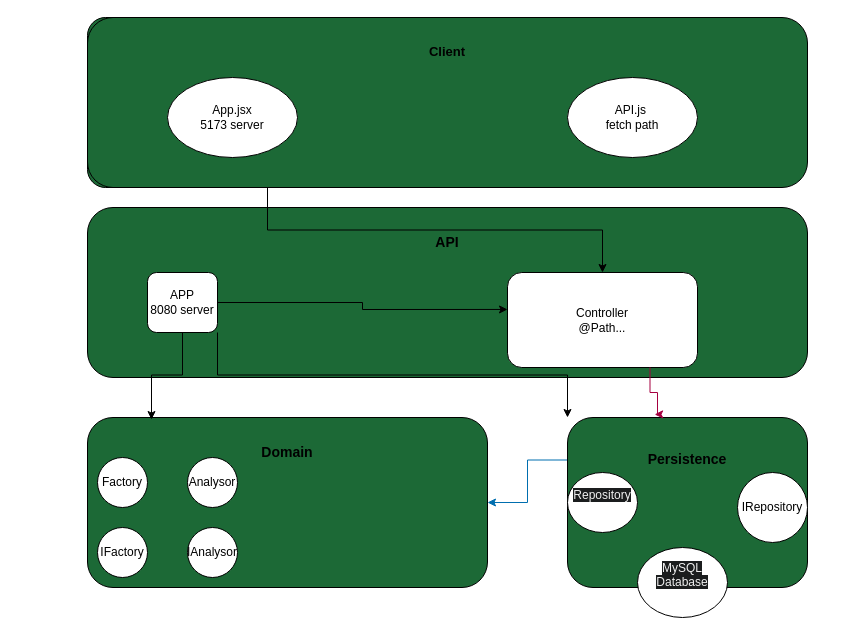
This is Tekeningen/architectureDraw.drawio from WesleyMols/IPsportdata, a draw.io file, before an edit. Source tidied: cells renumbered, new cells numbered last; positions are measured from the earlier drawing's top-left corner, leaving out a move shared by most shapes. Both pictures are drawn from the tidied source at 100%, with x=0, y=0 at pixel (87, 17).
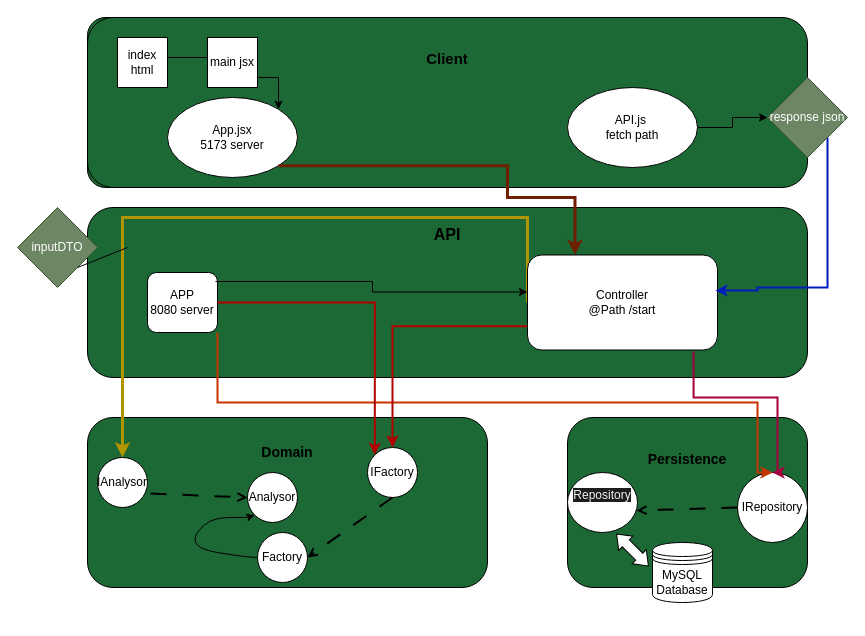
The same diagram, later.

Commit message (it also covers changes not shown here):
add username to start page (from input)

Unchanged cells that the change refers to:
```xml
<mxCell id="5" value="&lt;b&gt;&lt;font style=&quot;font-size: 14px;&quot;&gt;Persistence&lt;/font&gt;&lt;/b&gt;&lt;br&gt;&lt;br&gt;&lt;br&gt;&lt;br&gt;&lt;br&gt;&lt;br&gt;&lt;br&gt;" style="rounded=1;whiteSpace=wrap;html=1;fillColor=#1C6936;align=center;" parent="1" vertex="1">
  <mxGeometry x="480" y="400" width="240" height="170" as="geometry" />
</mxCell>
<mxCell id="7" value="&lt;b&gt;&lt;font style=&quot;font-size: 14px;&quot;&gt;Domain&lt;br&gt;&lt;br&gt;&lt;br&gt;&lt;br&gt;&lt;br&gt;&lt;br&gt;&lt;br&gt;&lt;/font&gt;&lt;/b&gt;" style="rounded=1;whiteSpace=wrap;html=1;fillColor=#1C6936;align=center;labelPosition=center;verticalLabelPosition=middle;verticalAlign=middle;" parent="1" vertex="1">
  <mxGeometry y="400" width="400" height="170" as="geometry" />
</mxCell>
<mxCell id="8" value="&#10;&lt;span style=&quot;color: rgb(240, 240, 240); font-family: Helvetica; font-size: 12px; font-style: normal; font-variant-ligatures: normal; font-variant-caps: normal; font-weight: 400; letter-spacing: normal; orphans: 2; text-align: center; text-indent: 0px; text-transform: none; widows: 2; word-spacing: 0px; -webkit-text-stroke-width: 0px; background-color: rgb(27, 29, 30); text-decoration-thickness: initial; text-decoration-style: initial; text-decoration-color: initial; float: none; display: inline !important;&quot;&gt;Repository&lt;/span&gt;&#10;&#10;" style="ellipse;whiteSpace=wrap;html=1;" parent="1" vertex="1">
  <mxGeometry x="480" y="455" width="70" height="60" as="geometry" />
</mxCell>
<mxCell id="10" value="IRepository" style="ellipse;whiteSpace=wrap;html=1;" parent="1" vertex="1">
  <mxGeometry x="650" y="455" width="70" height="70" as="geometry" />
</mxCell>
<mxCell id="16" value="APP&lt;br&gt;8080 server" style="rounded=1;whiteSpace=wrap;html=1;" parent="1" vertex="1">
  <mxGeometry x="60" y="255" width="70" height="60" as="geometry" />
</mxCell>
```

Diff of the diagram source:
```diff
@@
+    <mxCell id="6" value="&lt;b&gt;&lt;font style=&quot;font-size: 16px;&quot;&gt;API&lt;/font&gt;&lt;/b&gt;&lt;br&gt;&lt;br&gt;&lt;br&gt;&lt;br&gt;&lt;br&gt;&lt;br&gt;&lt;br&gt;&lt;br&gt;&lt;br&gt;" style="rounded=1;whiteSpace=wrap;html=1;fillColor=#1C6936;align=center;" parent="1" vertex="1">
+      <mxGeometry y="190" width="720" height="170" as="geometry" />
+    </mxCell>
-    <mxCell id="3" value="&lt;b&gt;&lt;font style=&quot;font-size: 13px;&quot;&gt;Client&lt;/font&gt;&lt;/b&gt;&lt;br&gt;&lt;br&gt;&lt;br&gt;&lt;br&gt;&lt;br&gt;&lt;br&gt;&lt;br&gt;&lt;br&gt;" style="rounded=1;whiteSpace=wrap;html=1;fillColor=#1C6936;align=center;" parent="1" vertex="1">
+    <mxCell id="3" value="&lt;b&gt;&lt;font style=&quot;font-size: 15px;&quot;&gt;Client&lt;/font&gt;&lt;/b&gt;&lt;br&gt;&lt;br&gt;&lt;br&gt;&lt;br&gt;&lt;br&gt;&lt;br&gt;&lt;br&gt;" style="rounded=1;whiteSpace=wrap;html=1;fillColor=#1C6936;align=center;" parent="1" vertex="1">
       <mxGeometry width="720" height="170" as="geometry" />
     </mxCell>
-    <mxCell id="4" style="edgeStyle=orthogonalEdgeStyle;rounded=0;jettySize=auto;html=1;exitX=0;exitY=0.25;exitDx=0;exitDy=0;fillColor=#1ba1e2;strokeColor=#006EAF;" parent="1" edge="1" source="5" target="7">
-      <mxGeometry relative="1" as="geometry" />
-    </mxCell>
@@
-    <mxCell id="6" value="&lt;b&gt;&lt;font style=&quot;font-size: 14px;&quot;&gt;API&lt;/font&gt;&lt;/b&gt;&lt;br&gt;&lt;br&gt;&lt;br&gt;&lt;br&gt;&lt;br&gt;&lt;br&gt;&lt;br&gt;&lt;br&gt;" style="rounded=1;whiteSpace=wrap;html=1;fillColor=#1C6936;align=center;" parent="1" vertex="1">
-      <mxGeometry y="190" width="720" height="170" as="geometry" />
-    </mxCell>
@@
-    <mxCell id="9" value="&#10;&lt;span style=&quot;color: rgb(240, 240, 240); font-family: Helvetica; font-size: 12px; font-style: normal; font-variant-ligatures: normal; font-variant-caps: normal; font-weight: 400; letter-spacing: normal; orphans: 2; text-align: center; text-indent: 0px; text-transform: none; widows: 2; word-spacing: 0px; -webkit-text-stroke-width: 0px; background-color: rgb(27, 29, 30); text-decoration-thickness: initial; text-decoration-style: initial; text-decoration-color: initial; float: none; display: inline !important;&quot;&gt;MySQL Database&lt;/span&gt;&#10;&#10;" style="ellipse;whiteSpace=wrap;html=1;" parent="1" vertex="1">
-      <mxGeometry x="550" y="530" width="90" height="70" as="geometry" />
-    </mxCell>
@@
     <mxCell id="11" value="Factory" style="ellipse;whiteSpace=wrap;html=1;" parent="1" vertex="1">
-      <mxGeometry x="10" y="440" width="50" height="50" as="geometry" />
+      <mxGeometry x="170" y="515" width="50" height="50" as="geometry" />
     </mxCell>
     <mxCell id="12" value="IFactory" style="ellipse;whiteSpace=wrap;html=1;" parent="1" vertex="1">
-      <mxGeometry x="10" y="510" width="50" height="50" as="geometry" />
+      <mxGeometry x="280" y="430" width="50" height="50" as="geometry" />
     </mxCell>
     <mxCell id="13" value="Analysor" style="ellipse;whiteSpace=wrap;html=1;" parent="1" vertex="1">
-      <mxGeometry x="100" y="440" width="50" height="50" as="geometry" />
+      <mxGeometry x="160" y="455" width="50" height="50" as="geometry" />
     </mxCell>
     <mxCell id="14" value="IAnalysor" style="ellipse;whiteSpace=wrap;html=1;" parent="1" vertex="1">
-      <mxGeometry x="100" y="510" width="50" height="50" as="geometry" />
+      <mxGeometry x="10" y="440" width="50" height="50" as="geometry" />
     </mxCell>
-    <mxCell id="15" style="edgeStyle=orthogonalEdgeStyle;rounded=0;jettySize=auto;html=1;exitX=1;exitY=1;exitDx=0;exitDy=0;entryX=0;entryY=0;entryDx=0;entryDy=0;" parent="1" edge="1" source="16" target="5">
-      <mxGeometry relative="1" as="geometry" />
+    <mxCell id="15" style="edgeStyle=orthogonalEdgeStyle;rounded=0;jettySize=auto;html=1;exitX=1;exitY=1;exitDx=0;exitDy=0;entryX=0.5;entryY=0;entryDx=0;entryDy=0;fillColor=#fa6800;strokeColor=#C73500;strokeWidth=2;" parent="1" edge="1" source="16" target="10">
+      <mxGeometry relative="1" as="geometry">
+        <Array as="points">
+          <mxPoint x="130" y="385" />
+          <mxPoint x="670" y="385" />
+          <mxPoint x="670" y="455" />
+        </Array>
+      </mxGeometry>
     </mxCell>
@@
+    <mxCell id="24" style="edgeStyle=orthogonalEdgeStyle;rounded=0;jettySize=auto;html=1;exitX=0;exitY=0.75;exitDx=0;exitDy=0;fillColor=#e51400;strokeColor=#B20000;strokeWidth=2;" parent="1" edge="1" source="17" target="12">
+      <mxGeometry relative="1" as="geometry" />
+    </mxCell>
+    <mxCell id="25" style="edgeStyle=orthogonalEdgeStyle;rounded=0;jettySize=auto;html=1;exitX=0;exitY=0.5;exitDx=0;exitDy=0;entryX=0.5;entryY=0;entryDx=0;entryDy=0;fillColor=#e3c800;strokeColor=#B09500;strokeWidth=3;" parent="1" edge="1" source="17" target="14">
+      <mxGeometry relative="1" as="geometry">
+        <Array as="points">
+          <mxPoint x="440" y="200" />
+          <mxPoint x="35" y="200" />
+        </Array>
+      </mxGeometry>
+    </mxCell>
-    <mxCell id="17" value="Controller&lt;br&gt;@Path..." style="rounded=1;whiteSpace=wrap;html=1;" parent="1" vertex="1">
-      <mxGeometry x="420" y="255" width="190" height="95" as="geometry" />
+    <mxCell id="17" value="Controller&lt;br&gt;@Path /start" style="rounded=1;whiteSpace=wrap;html=1;" parent="1" vertex="1">
+      <mxGeometry x="440" y="237.5" width="190" height="95" as="geometry" />
     </mxCell>
+    <mxCell id="26" style="edgeStyle=orthogonalEdgeStyle;rounded=0;jettySize=auto;html=1;" parent="1" edge="1" source="18" target="38">
+      <mxGeometry relative="1" as="geometry" />
+    </mxCell>
     <mxCell id="18" value="API.js&amp;nbsp;&lt;br&gt;fetch path" style="ellipse;whiteSpace=wrap;html=1;" parent="1" vertex="1">
-      <mxGeometry x="480" y="60" width="130" height="80" as="geometry" />
+      <mxGeometry x="480" y="70" width="130" height="80" as="geometry" />
     </mxCell>
     <mxCell id="19" value="App.jsx&lt;br&gt;5173 server" style="ellipse;whiteSpace=wrap;html=1;" parent="1" vertex="1">
-      <mxGeometry x="80" y="60" width="130" height="80" as="geometry" />
+      <mxGeometry x="80" y="80" width="130" height="80" as="geometry" />
     </mxCell>
-    <mxCell id="20" style="edgeStyle=orthogonalEdgeStyle;rounded=0;jettySize=auto;html=1;entryX=0.16;entryY=0.012;entryDx=0;entryDy=0;entryPerimeter=0;" parent="1" edge="1" source="16" target="7">
+    <mxCell id="20" style="edgeStyle=orthogonalEdgeStyle;rounded=0;jettySize=auto;html=1;entryX=0;entryY=0;entryDx=0;entryDy=0;fillColor=#e51400;strokeColor=#B20000;strokeWidth=2;" parent="1" edge="1" source="16" target="12">
       <mxGeometry relative="1" as="geometry" />
     </mxCell>
-    <mxCell id="21" style="edgeStyle=orthogonalEdgeStyle;rounded=0;jettySize=auto;html=1;exitX=1;exitY=0.5;exitDx=0;exitDy=0;entryX=0;entryY=0.389;entryDx=0;entryDy=0;entryPerimeter=0;" parent="1" edge="1" source="16" target="17">
+    <mxCell id="21" style="edgeStyle=orthogonalEdgeStyle;rounded=0;jettySize=auto;html=1;exitX=0.971;exitY=0.15;exitDx=0;exitDy=0;entryX=0;entryY=0.389;entryDx=0;entryDy=0;entryPerimeter=0;exitPerimeter=0;" parent="1" edge="1" source="16" target="17">
       <mxGeometry relative="1" as="geometry" />
     </mxCell>
-    <mxCell id="22" style="edgeStyle=orthogonalEdgeStyle;rounded=0;jettySize=auto;html=1;exitX=0.75;exitY=1;exitDx=0;exitDy=0;entryX=0.363;entryY=-0.018;entryDx=0;entryDy=0;entryPerimeter=0;fontColor=#8A0000;labelBackgroundColor=none;fillColor=#d80073;strokeColor=#A50040;startSize=11;" parent="1" edge="1" source="17" target="5">
+    <mxCell id="22" style="edgeStyle=orthogonalEdgeStyle;rounded=0;jettySize=auto;html=1;exitX=0.874;exitY=1.016;exitDx=0;exitDy=0;entryX=0.5;entryY=0;entryDx=0;entryDy=0;fontColor=#8A0000;labelBackgroundColor=none;fillColor=#d80073;strokeColor=#A50040;startSize=11;strokeWidth=2;exitPerimeter=0;" parent="1" edge="1" source="17" target="10">
       <mxGeometry relative="1" as="geometry">
         <Array as="points">
-          <mxPoint x="563" y="375" />
-          <mxPoint x="570" y="375" />
-          <mxPoint x="570" y="397" />
+          <mxPoint x="606" y="380" />
+          <mxPoint x="690" y="380" />
+          <mxPoint x="690" y="455" />
         </Array>
       </mxGeometry>
     </mxCell>
-    <mxCell id="23" style="edgeStyle=orthogonalEdgeStyle;rounded=0;jettySize=auto;html=1;exitX=0.25;exitY=1;exitDx=0;exitDy=0;" parent="1" edge="1" source="3" target="17">
-      <mxGeometry relative="1" as="geometry" />
+    <mxCell id="23" style="edgeStyle=orthogonalEdgeStyle;rounded=0;jettySize=auto;html=1;exitX=1;exitY=1;exitDx=0;exitDy=0;entryX=0.25;entryY=0;entryDx=0;entryDy=0;fillColor=#a0522d;strokeColor=#6D1F00;strokeWidth=3;" parent="1" edge="1" source="19" target="17">
+      <mxGeometry relative="1" as="geometry">
+        <Array as="points">
+          <mxPoint x="420" y="148" />
+          <mxPoint x="420" y="180" />
+          <mxPoint x="488" y="180" />
+        </Array>
+      </mxGeometry>
     </mxCell>
+    <mxCell id="9" value="MySQL Database" style="shape=datastore;whiteSpace=wrap;html=1;" parent="1" vertex="1">
+      <mxGeometry x="565" y="525" width="60" height="60" as="geometry" />
+    </mxCell>
+    <mxCell id="27" style="shape=doubleArrow;direction=south;whiteSpace=wrap;html=1;arrowWidth=0.5;arrowSize=0.28888888888888886;rotation=-45;" parent="1" vertex="1">
+      <mxGeometry x="535" y="510" width="20" height="45" as="geometry" />
+    </mxCell>
+    <mxCell id="28" style="endArrow=open;html=1;rounded=0;dashed=1;dashPattern=8 8;endFill=0;strokeWidth=2;exitX=1.06;exitY=0.72;exitDx=0;exitDy=0;exitPerimeter=0;" parent="1" edge="1" source="14">
+      <mxGeometry relative="1" as="geometry">
+        <mxPoint x="160" y="480" as="targetPoint" />
+      </mxGeometry>
+    </mxCell>
+    <mxCell id="29" style="endArrow=open;html=1;rounded=0;dashed=1;dashPattern=8 8;endFill=0;entryX=1;entryY=0.5;entryDx=0;entryDy=0;strokeWidth=2;exitX=0.5;exitY=1;exitDx=0;exitDy=0;" parent="1" edge="1" source="12" target="11">
+      <mxGeometry relative="1" as="geometry" />
+    </mxCell>
+    <mxCell id="30" style="curved=1;endArrow=classic;html=1;rounded=0;exitX=0;exitY=0.5;exitDx=0;exitDy=0;entryX=0;entryY=1;entryDx=0;entryDy=0;" parent="1" edge="1" source="11" target="13">
+      <mxGeometry relative="1" as="geometry">
+        <Array as="points">
+          <mxPoint x="160" y="540" />
+          <mxPoint x="100" y="530" />
+          <mxPoint x="120" y="500" />
+          <mxPoint x="160" y="500" />
+        </Array>
+      </mxGeometry>
+    </mxCell>
+    <mxCell id="31" style="endArrow=open;html=1;rounded=0;dashed=1;dashPattern=8 8;endFill=0;entryX=0.986;entryY=0.633;entryDx=0;entryDy=0;strokeWidth=2;entryPerimeter=0;exitX=0;exitY=0.5;exitDx=0;exitDy=0;" parent="1" edge="1" source="10" target="8">
+      <mxGeometry relative="1" as="geometry" />
+    </mxCell>
+    <mxCell id="32" value="inputDTO" style="rhombus;whiteSpace=wrap;html=1;fillColor=#6d8764;fontColor=#ffffff;strokeColor=#3A5431;" parent="1" vertex="1">
+      <mxGeometry x="-70" y="190" width="80" height="80" as="geometry" />
+    </mxCell>
+    <mxCell id="33" style="endArrow=none;html=1;rounded=0;entryX=1;entryY=1;entryDx=0;entryDy=0;" parent="1" edge="1" target="32">
+      <mxGeometry relative="1" as="geometry">
+        <mxPoint x="40" y="230" as="sourcePoint" />
+      </mxGeometry>
+    </mxCell>
+    <mxCell id="34" style="edgeStyle=orthogonalEdgeStyle;rounded=0;jettySize=auto;html=1;entryX=1;entryY=0;entryDx=0;entryDy=0;" parent="1" edge="1" source="35" target="19">
+      <mxGeometry relative="1" as="geometry">
+        <Array as="points">
+          <mxPoint x="120" y="40" />
+          <mxPoint x="120" y="60" />
+          <mxPoint x="191" y="60" />
+        </Array>
+      </mxGeometry>
+    </mxCell>
+    <mxCell id="35" value="index html" style="rounded=0;whiteSpace=wrap;html=1;" parent="1" vertex="1">
+      <mxGeometry x="30" y="20" width="50" height="50" as="geometry" />
+    </mxCell>
+    <mxCell id="36" value="main jsx" style="rounded=0;whiteSpace=wrap;html=1;" parent="1" vertex="1">
+      <mxGeometry x="120" y="20" width="50" height="50" as="geometry" />
+    </mxCell>
+    <mxCell id="37" style="edgeStyle=orthogonalEdgeStyle;rounded=0;jettySize=auto;html=1;entryX=0.989;entryY=0.374;entryDx=0;entryDy=0;entryPerimeter=0;fillColor=#0050ef;strokeColor=#001DBC;strokeWidth=2;" parent="1" edge="1" source="38" target="17">
+      <mxGeometry relative="1" as="geometry">
+        <Array as="points">
+          <mxPoint x="740" y="270" />
+          <mxPoint x="670" y="270" />
+          <mxPoint x="670" y="273" />
+        </Array>
+      </mxGeometry>
+    </mxCell>
+    <mxCell id="38" value="response json" style="rhombus;whiteSpace=wrap;html=1;fillColor=#6d8764;fontColor=#ffffff;strokeColor=#3A5431;" parent="1" vertex="1">
+      <mxGeometry x="680" y="60" width="80" height="80" as="geometry" />
+    </mxCell>
```
